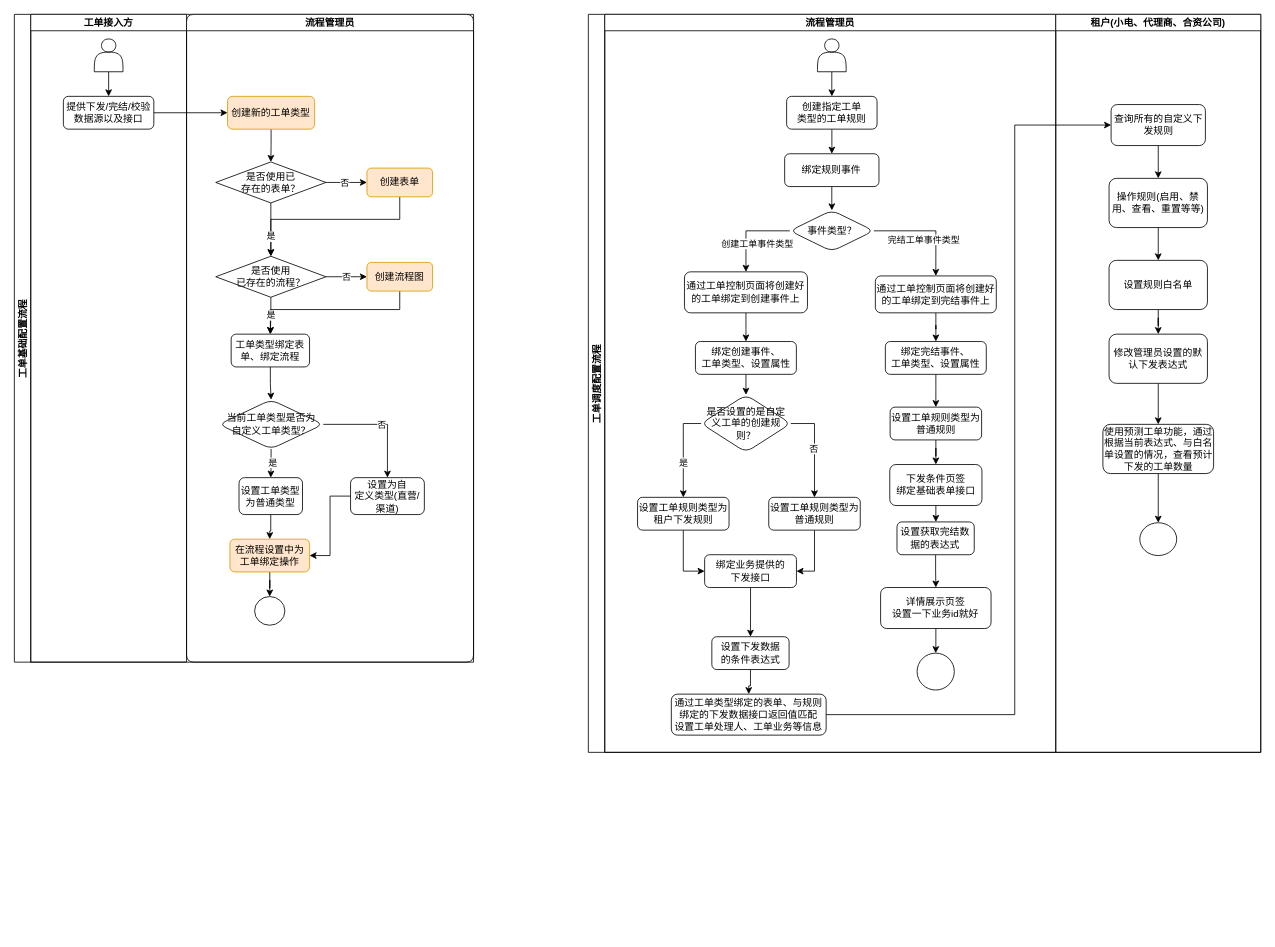
Above: 工单配置流程.drawio in 330129161/draw.io (draw.io), before the change. Source tidied: cells renumbered, new cells numbered last; positions are measured from the earlier drawing's top-left corner, leaving out a move shared by most shapes. Both pictures are drawn from the tidied source at 82%, with x=0, y=0 at pixel (14, 14).
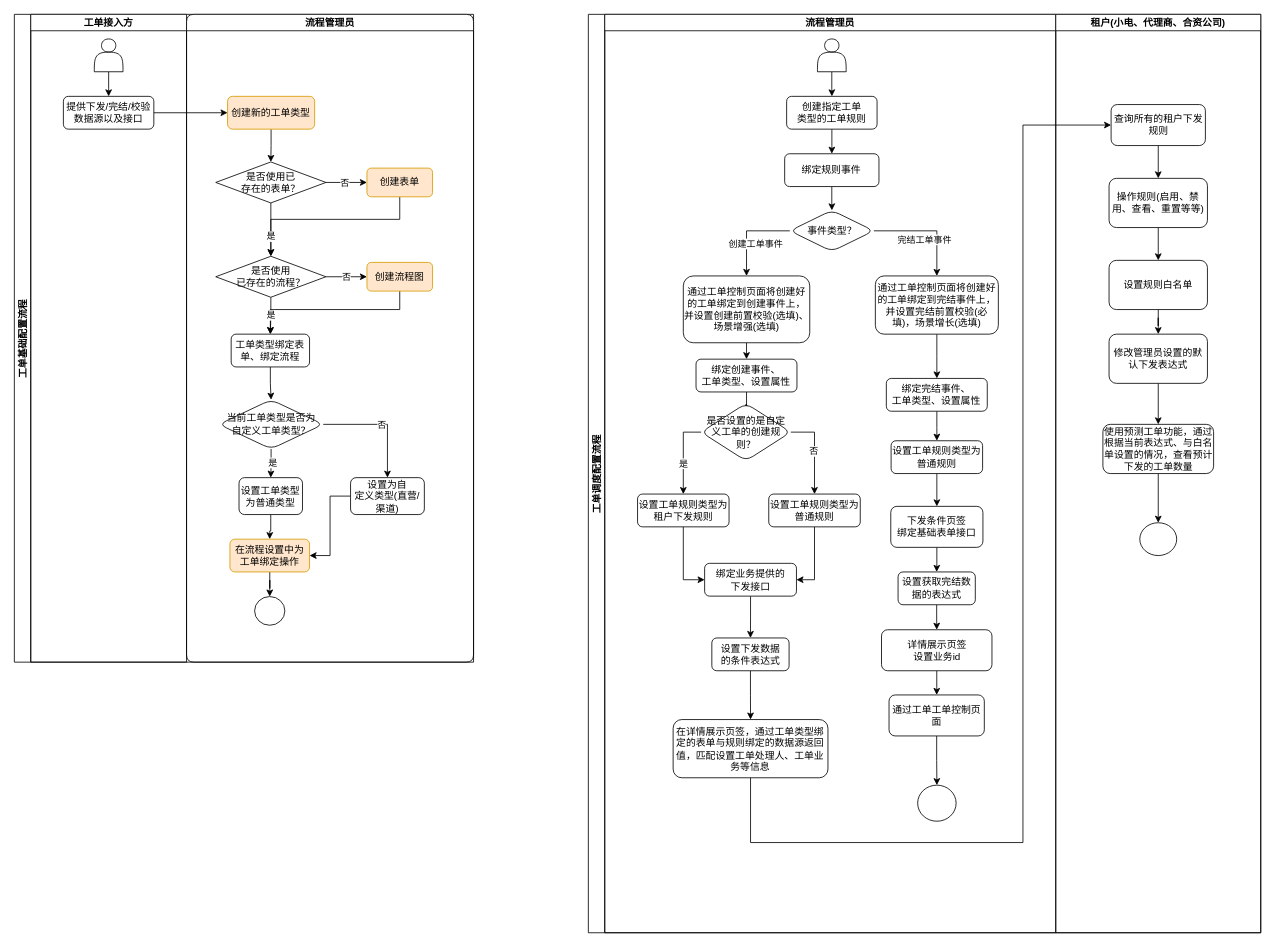
Above is the later version.

Commit message:
更新工单配置流程.drawio

The change refers to these unchanged cells:
```xml
<mxCell id="10" style="edgeStyle=orthogonalEdgeStyle;rounded=0;jettySize=auto;html=1;exitX=0;exitY=0.5;exitDx=0;exitDy=0;" parent="3" edge="1" source="14" target="16">
  <mxGeometry relative="1" as="geometry" />
</mxCell>
<mxCell id="12" style="edgeStyle=orthogonalEdgeStyle;rounded=0;jettySize=auto;html=1;entryX=0.5;entryY=0;entryDx=0;entryDy=0;exitX=1;exitY=0.5;exitDx=0;exitDy=0;" parent="3" edge="1" source="14" target="18">
  <mxGeometry relative="1" as="geometry" />
</mxCell>
```

The edit, as a diff of the source:
```diff
@@
     <mxCell id="2" value="工单调度配置流程" style="swimlane;startSize=20;horizontal=0;" parent="1" vertex="1">
-      <mxGeometry x="700" width="820" height="900" as="geometry" />
+      <mxGeometry x="700" width="820" height="1120" as="geometry" />
     </mxCell>
     <mxCell id="3" value="流程管理员" style="swimlane;startSize=20;" parent="2" vertex="1">
-      <mxGeometry x="20" width="550" height="900" as="geometry" />
+      <mxGeometry x="20" width="550" height="1120" as="geometry" />
     </mxCell>
@@
-    <mxCell id="11" value="创建工单事件类型" style="edgeLabel;html=1;align=center;verticalAlign=middle;" parent="10" vertex="1">
+    <mxCell id="11" value="创建工单事件" style="edgeLabel;html=1;align=center;verticalAlign=middle;" parent="10" vertex="1">
       <mxGeometry x="-0.26" y="-2" relative="1" as="geometry">
         <mxPoint x="-2" y="17" as="offset" />
       </mxGeometry>
     </mxCell>
@@
-    <mxCell id="13" value="完结工单事件类型" style="edgeLabel;html=1;align=center;verticalAlign=middle;" parent="12" vertex="1">
+    <mxCell id="13" value="完结工单事件" style="edgeLabel;html=1;align=center;verticalAlign=middle;" parent="12" vertex="1">
       <mxGeometry x="-0.08" relative="1" as="geometry">
         <mxPoint y="10" as="offset" />
       </mxGeometry>
     </mxCell>
@@
-    <mxCell id="16" value="通过工单控制页面将创建好的工单绑定到创建事件上" style="whiteSpace=wrap;html=1;rounded=1;" parent="3" vertex="1">
-      <mxGeometry x="97.2" y="314" width="150" height="50" as="geometry" />
+    <mxCell id="16" value="通过工单控制页面将创建好&lt;br&gt;的工单绑定到创建事件上，&lt;br&gt;并设置创建前置校验(选填)、场景增强(选填)" style="whiteSpace=wrap;html=1;rounded=1;" parent="3" vertex="1">
+      <mxGeometry x="95.8" y="319" width="154.2" height="81.5" as="geometry" />
     </mxCell>
@@
-    <mxCell id="18" value="通过工单控制页面将创建好的工单绑定到完结事件上" style="whiteSpace=wrap;html=1;rounded=1;" parent="3" vertex="1">
-      <mxGeometry x="330" y="319" width="147.5" height="45" as="geometry" />
+    <mxCell id="18" value="通过工单控制页面将创建好的工单绑定到完结事件上，&lt;br&gt;并设置完结前置校验(必填)，场景增长(选填)" style="whiteSpace=wrap;html=1;rounded=1;" parent="3" vertex="1">
+      <mxGeometry x="330" y="319" width="150" height="71" as="geometry" />
     </mxCell>
@@
     <mxCell id="20" value="绑定创建事件、&lt;br&gt;工单类型、设置属性" style="whiteSpace=wrap;html=1;rounded=1;" parent="3" vertex="1">
-      <mxGeometry x="110.6" y="399" width="123.1" height="40" as="geometry" />
+      <mxGeometry x="111.3" y="420.5" width="123.1" height="40" as="geometry" />
     </mxCell>
@@
     <mxCell id="22" value="绑定完结事件、&lt;br&gt;工单类型、设置属性" style="whiteSpace=wrap;html=1;rounded=1;" parent="3" vertex="1">
-      <mxGeometry x="342.2" y="399" width="123.1" height="40" as="geometry" />
+      <mxGeometry x="343.4" y="444" width="123.1" height="40" as="geometry" />
     </mxCell>
@@
     <mxCell id="24" value="设置工单规则类型为租户下发规则" style="whiteSpace=wrap;html=1;rounded=1;" parent="3" vertex="1">
-      <mxGeometry x="40" y="589" width="111.6" height="40" as="geometry" />
+      <mxGeometry x="40" y="585" width="111.6" height="40" as="geometry" />
     </mxCell>
@@
     <mxCell id="26" value="设置工单规则类型为普通规则" style="whiteSpace=wrap;html=1;rounded=1;" parent="3" vertex="1">
-      <mxGeometry x="348" y="479" width="111.6" height="40" as="geometry" />
+      <mxGeometry x="349.2" y="520" width="111.6" height="40" as="geometry" />
     </mxCell>
@@
     <mxCell id="28" value="绑定业务提供的&lt;br&gt;下发接口" style="whiteSpace=wrap;html=1;rounded=1;" parent="3" vertex="1">
-      <mxGeometry x="121.8" y="659" width="112" height="40" as="geometry" />
+      <mxGeometry x="121.8" y="669.5" width="112" height="40" as="geometry" />
     </mxCell>
@@
     <mxCell id="30" value="设置下发数据&lt;br&gt;的条件表达式" style="whiteSpace=wrap;html=1;rounded=1;" parent="3" vertex="1">
-      <mxGeometry x="130.6" y="759" width="94.2" height="40" as="geometry" />
+      <mxGeometry x="130.6" y="760.5" width="94.2" height="40" as="geometry" />
     </mxCell>
@@
     <mxCell id="32" value="下发条件页签&lt;br&gt;绑定基础表单接口" style="whiteSpace=wrap;html=1;rounded=1;" parent="3" vertex="1">
-      <mxGeometry x="347.6" y="549" width="112.4" height="50" as="geometry" />
+      <mxGeometry x="348.8" y="600" width="112.4" height="50" as="geometry" />
     </mxCell>
@@
     <mxCell id="37" value="是否设置的是自定义工单的创建规则？" style="rhombus;whiteSpace=wrap;html=1;rounded=1;" parent="3" vertex="1">
-      <mxGeometry x="117.5" y="464" width="109.4" height="70" as="geometry" />
+      <mxGeometry x="117.5" y="474.5" width="109.4" height="70" as="geometry" />
     </mxCell>
@@
     <mxCell id="39" value="设置工单规则类型为普通规则" style="whiteSpace=wrap;html=1;rounded=1;" parent="3" vertex="1">
-      <mxGeometry x="200" y="589" width="111.6" height="40" as="geometry" />
+      <mxGeometry x="200" y="585" width="111.6" height="40" as="geometry" />
     </mxCell>
@@
     <mxCell id="41" value="设置获取完结数据的表达式" style="whiteSpace=wrap;html=1;rounded=1;" parent="3" vertex="1">
-      <mxGeometry x="356.4" y="619" width="94.2" height="40" as="geometry" />
+      <mxGeometry x="357.7" y="680" width="94.2" height="40" as="geometry" />
     </mxCell>
-    <mxCell id="42" value="通过工单类型绑定的表单、与规则绑定的下发数据接口返回值匹配&lt;br&gt;设置工单处理人、工单业务等信息" style="whiteSpace=wrap;html=1;rounded=1;" parent="3" vertex="1">
-      <mxGeometry x="81.2" y="829" width="188.8" height="50" as="geometry" />
+    <mxCell id="42" value="在详情展示页签，通过工单类型绑定的表单与规则绑定的数据源返回值，匹配设置工单处理人、工单业务等信息" style="whiteSpace=wrap;html=1;rounded=1;" parent="3" vertex="1">
+      <mxGeometry x="83.4" y="860" width="188.8" height="71" as="geometry" />
     </mxCell>
-    <mxCell id="43" style="ellipse;whiteSpace=wrap;html=1;rounded=1;" parent="3" vertex="1">
-      <mxGeometry x="380.9" y="779" width="45.4" height="45" as="geometry" />
-    </mxCell>
-    <mxCell id="44" style="edgeStyle=orthogonalEdgeStyle;rounded=0;jettySize=auto;html=1;entryX=0.5;entryY=0;entryDx=0;entryDy=0;" parent="3" edge="1" source="45" target="43">
-      <mxGeometry relative="1" as="geometry" />
-    </mxCell>
+    <mxCell id="95" style="edgeStyle=orthogonalEdgeStyle;rounded=0;jettySize=auto;html=1;" parent="3" edge="1" source="45" target="97">
+      <mxGeometry relative="1" as="geometry" />
+    </mxCell>
-    <mxCell id="45" value="详情展示页签&lt;br&gt;设置一下业务id就好" style="whiteSpace=wrap;html=1;rounded=1;" parent="3" vertex="1">
-      <mxGeometry x="336.4" y="699" width="134.7" height="50" as="geometry" />
+    <mxCell id="45" value="详情展示页签&lt;br&gt;设置业务id" style="whiteSpace=wrap;html=1;rounded=1;" parent="3" vertex="1">
+      <mxGeometry x="337.5" y="750.5" width="134.7" height="50" as="geometry" />
     </mxCell>
+    <mxCell id="96" style="edgeStyle=orthogonalEdgeStyle;rounded=0;jettySize=auto;html=1;" parent="3" edge="1" source="97" target="98">
+      <mxGeometry relative="1" as="geometry" />
+    </mxCell>
+    <mxCell id="97" value="通过工单工单控制页面" style="whiteSpace=wrap;html=1;rounded=1;" parent="3" vertex="1">
+      <mxGeometry x="346.7" y="830" width="116.2" height="50" as="geometry" />
+    </mxCell>
+    <mxCell id="98" style="ellipse;whiteSpace=wrap;html=1;rounded=1;" parent="3" vertex="1">
+      <mxGeometry x="381.6" y="940" width="46.9" height="44" as="geometry" />
+    </mxCell>
     <mxCell id="46" value="租户(小电、代理商、合资公司)" style="swimlane;startSize=20;" parent="2" vertex="1">
-      <mxGeometry x="570" width="250" height="900" as="geometry" />
+      <mxGeometry x="570" width="250" height="1120" as="geometry" />
     </mxCell>
@@
-    <mxCell id="48" value="查询所有的自定义下发规则" style="rounded=1;whiteSpace=wrap;html=1;" parent="46" vertex="1">
+    <mxCell id="48" value="查询所有的租户下发规则" style="rounded=1;whiteSpace=wrap;html=1;" parent="46" vertex="1">
       <mxGeometry x="67.5" y="110" width="115" height="50" as="geometry" />
     </mxCell>
@@
-    <mxCell id="58" style="edgeStyle=orthogonalEdgeStyle;rounded=0;jettySize=auto;html=1;entryX=0;entryY=0.5;entryDx=0;entryDy=0;" parent="2" edge="1" source="42" target="48">
+    <mxCell id="58" style="edgeStyle=orthogonalEdgeStyle;rounded=0;jettySize=auto;html=1;entryX=0;entryY=0.5;entryDx=0;entryDy=0;strokeWidth=1;exitX=0.5;exitY=1;exitDx=0;exitDy=0;" parent="2" edge="1" source="42" target="48">
       <mxGeometry relative="1" as="geometry">
         <Array as="points">
-          <mxPoint x="520" y="854" />
-          <mxPoint x="520" y="135" />
+          <mxPoint x="198" y="1010" />
+          <mxPoint x="530" y="1010" />
+          <mxPoint x="530" y="135" />
         </Array>
       </mxGeometry>
     </mxCell>
```
